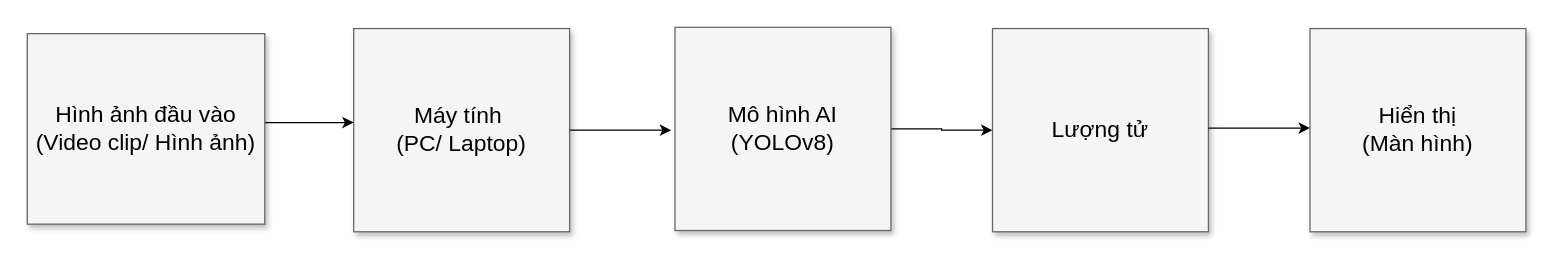
Before: So_do_khoi.drawio in imvietp/Python_review, a draw.io diagram. Source tidied: cells renumbered, new cells numbered last; positions are measured from the earlier drawing's top-left corner, leaving out a move shared by most shapes. Both pictures are drawn from the tidied source at 127%, with x=0, y=0 at pixel (27, 27).
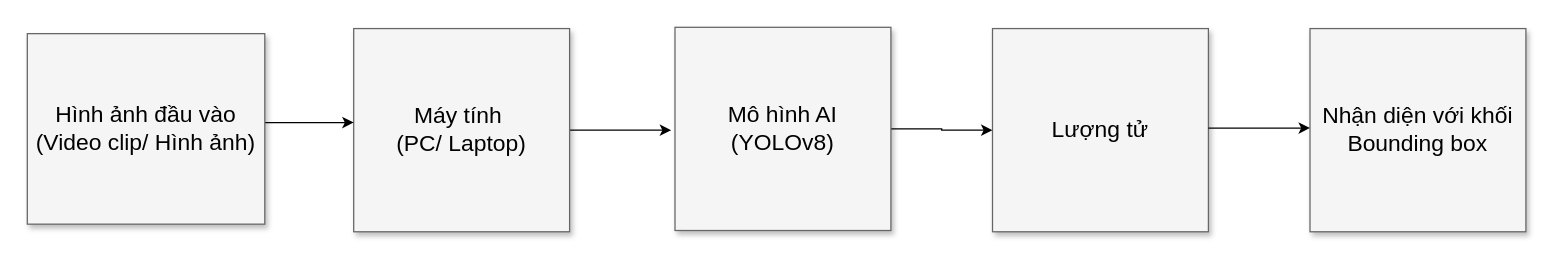
Above is the later version.

The edit, as a diff of the source:
```diff
@@
 <mxGraphModel>
   <root>
     <mxCell id="0" />
     <mxCell id="1" parent="0" />
     <mxCell id="2" style="edgeStyle=elbowEdgeStyle;rounded=0;html=1;startArrow=none;startFill=0;jettySize=auto;fontSize=18;elbow=vertical;" parent="1" edge="1" source="3">
       <mxGeometry relative="1" as="geometry">
         <mxPoint x="507" y="81" as="targetPoint" />
         <Array as="points">
           <mxPoint x="450" y="81" />
         </Array>
       </mxGeometry>
     </mxCell>
     <mxCell id="3" value="Máy tính&amp;nbsp;&lt;div&gt;(PC/ Laptop)&lt;/div&gt;" style="whiteSpace=wrap;html=1;shadow=1;fontSize=18;fillColor=#f5f5f5;strokeColor=#666666;" parent="1" vertex="1">
       <mxGeometry x="257" y="1" width="170" height="160" as="geometry" />
     </mxCell>
     <mxCell id="4" style="edgeStyle=elbowEdgeStyle;rounded=0;html=1;startArrow=none;startFill=0;jettySize=auto;fontSize=18;elbow=vertical;" parent="1" edge="1" source="5" target="3">
       <mxGeometry relative="1" as="geometry">
         <Array as="points">
           <mxPoint x="227" y="75" />
         </Array>
       </mxGeometry>
     </mxCell>
     <mxCell id="5" value="Hình ảnh đầu vào (Video clip/ Hình ảnh)" style="whiteSpace=wrap;html=1;shadow=1;fontSize=18;fillColor=#f5f5f5;strokeColor=#666666;" parent="1" vertex="1">
       <mxGeometry y="5" width="187" height="150" as="geometry" />
     </mxCell>
     <mxCell id="6" style="edgeStyle=orthogonalEdgeStyle;rounded=0;jettySize=auto;html=1;" parent="1" edge="1" source="7" target="8">
       <mxGeometry relative="1" as="geometry" />
     </mxCell>
     <mxCell id="7" value="Mô hình AI&lt;div&gt;(YOLOv8)&lt;/div&gt;" style="whiteSpace=wrap;html=1;shadow=1;fontSize=18;fillColor=#f5f5f5;strokeColor=#666666;" parent="1" vertex="1">
       <mxGeometry x="510" width="170" height="160" as="geometry" />
     </mxCell>
     <mxCell id="8" value="Lượng tử" style="whiteSpace=wrap;html=1;shadow=1;fontSize=18;fillColor=#f5f5f5;strokeColor=#666666;" parent="1" vertex="1">
       <mxGeometry x="760" y="1" width="170" height="160" as="geometry" />
     </mxCell>
-    <mxCell id="9" value="Hiển thị&lt;div&gt;(Màn hình)&lt;/div&gt;" style="whiteSpace=wrap;html=1;shadow=1;fontSize=18;fillColor=#f5f5f5;strokeColor=#666666;" parent="1" vertex="1">
+    <mxCell id="9" value="Nhận diện với khối Bounding box" style="whiteSpace=wrap;html=1;shadow=1;fontSize=18;fillColor=#f5f5f5;strokeColor=#666666;" parent="1" vertex="1">
       <mxGeometry x="1010" y="1" width="170" height="160" as="geometry" />
     </mxCell>
     <mxCell id="10" style="edgeStyle=elbowEdgeStyle;rounded=0;html=1;startArrow=none;startFill=0;jettySize=auto;orthogonalLoop=1;fontSize=18;elbow=vertical;" parent="1" edge="1">
       <mxGeometry relative="1" as="geometry">
         <mxPoint x="930" y="79.3" as="sourcePoint" />
         <mxPoint x="1010" y="79.3" as="targetPoint" />
         <Array as="points">
           <mxPoint x="953" y="79.3" />
         </Array>
       </mxGeometry>
     </mxCell>
   </root>
 </mxGraphModel>
```
